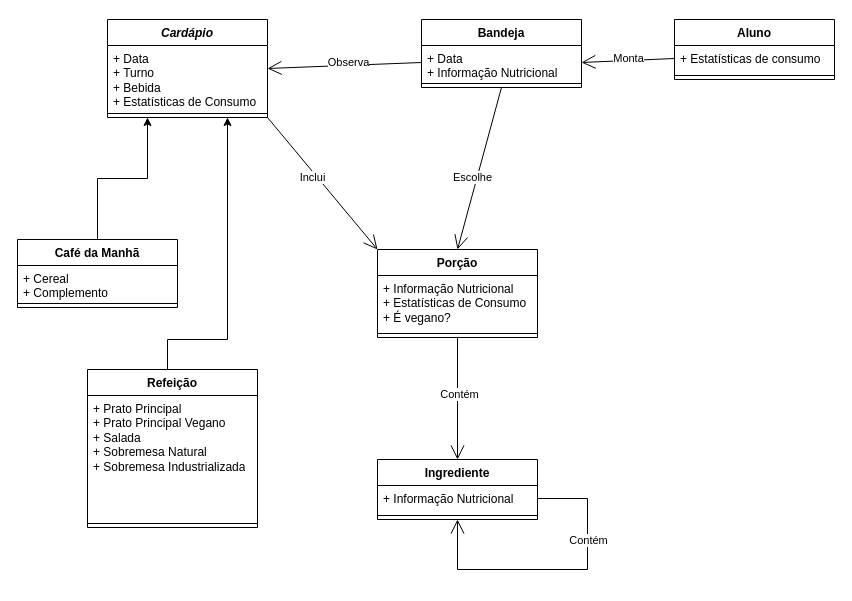
Before: lab02/extra/lab02_UML.drawio in uniaovasko/vasco, a draw.io diagram. Source tidied: cells renumbered, new cells numbered last; positions are measured from the earlier drawing's top-left corner, leaving out a move shared by most shapes. Both pictures are drawn from the tidied source at 100%, with x=0, y=0 at pixel (17, 19).
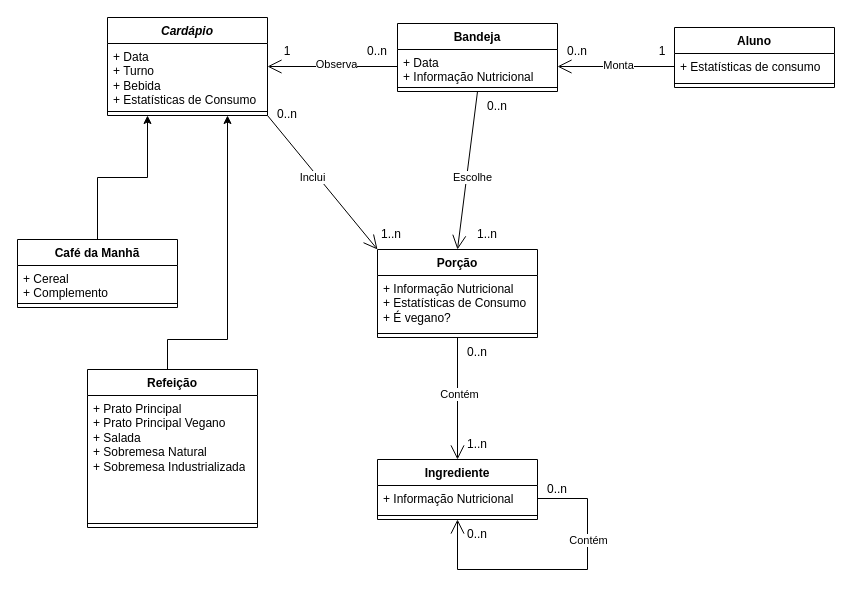
The same page after the edit.

Commit message (it also covers changes not shown here):
uml pronto

The edit, as a diff of the source:
```diff
@@
     <mxCell id="18" value="Bandeja" style="swimlane;fontStyle=1;align=center;verticalAlign=top;horizontal=1;startSize=26;whiteSpace=wrap;html=1;" parent="1" vertex="1">
-      <mxGeometry x="404" width="160" height="68" as="geometry" />
+      <mxGeometry x="380" y="4" width="160" height="68" as="geometry" />
     </mxCell>
@@
     <mxCell id="21" value="Aluno" style="swimlane;fontStyle=1;align=center;verticalAlign=top;horizontal=1;startSize=26;whiteSpace=wrap;html=1;" parent="1" vertex="1">
-      <mxGeometry x="657" width="160" height="60" as="geometry" />
+      <mxGeometry x="657" y="8" width="160" height="60" as="geometry" />
     </mxCell>
@@
     <mxCell id="24" value="&lt;i&gt;Cardápio&lt;/i&gt;" style="swimlane;fontStyle=1;align=center;verticalAlign=top;horizontal=1;startSize=26;whiteSpace=wrap;html=1;" parent="1" vertex="1">
-      <mxGeometry x="90" width="160" height="98" as="geometry" />
+      <mxGeometry x="90" y="-2" width="160" height="98" as="geometry" />
     </mxCell>
@@
+    <mxCell id="37" value="1" style="text;html=1;strokeColor=none;fillColor=none;align=center;verticalAlign=middle;whiteSpace=wrap;rounded=0;" parent="1" vertex="1">
+      <mxGeometry x="615" y="17" width="60" height="30" as="geometry" />
+    </mxCell>
+    <mxCell id="38" value="0..n" style="text;html=1;strokeColor=none;fillColor=none;align=center;verticalAlign=middle;whiteSpace=wrap;rounded=0;" parent="1" vertex="1">
+      <mxGeometry x="530" y="17" width="60" height="30" as="geometry" />
+    </mxCell>
+    <mxCell id="39" value="0..n" style="text;html=1;strokeColor=none;fillColor=none;align=center;verticalAlign=middle;whiteSpace=wrap;rounded=0;" parent="1" vertex="1">
+      <mxGeometry x="330" y="17" width="60" height="30" as="geometry" />
+    </mxCell>
+    <mxCell id="40" value="1" style="text;html=1;strokeColor=none;fillColor=none;align=center;verticalAlign=middle;whiteSpace=wrap;rounded=0;" parent="1" vertex="1">
+      <mxGeometry x="240" y="17" width="60" height="30" as="geometry" />
+    </mxCell>
+    <mxCell id="41" value="0..n" style="text;html=1;strokeColor=none;fillColor=none;align=center;verticalAlign=middle;whiteSpace=wrap;rounded=0;" parent="1" vertex="1">
+      <mxGeometry x="450" y="72" width="60" height="30" as="geometry" />
+    </mxCell>
+    <mxCell id="42" value="1..n" style="text;html=1;strokeColor=none;fillColor=none;align=center;verticalAlign=middle;whiteSpace=wrap;rounded=0;" parent="1" vertex="1">
+      <mxGeometry x="440" y="200" width="60" height="30" as="geometry" />
+    </mxCell>
+    <mxCell id="43" value="1..n" style="text;html=1;strokeColor=none;fillColor=none;align=center;verticalAlign=middle;whiteSpace=wrap;rounded=0;" parent="1" vertex="1">
+      <mxGeometry x="344" y="200" width="60" height="30" as="geometry" />
+    </mxCell>
+    <mxCell id="44" value="0..n" style="text;html=1;strokeColor=none;fillColor=none;align=center;verticalAlign=middle;whiteSpace=wrap;rounded=0;" parent="1" vertex="1">
+      <mxGeometry x="240" y="80" width="60" height="30" as="geometry" />
+    </mxCell>
+    <mxCell id="45" value="0..n" style="text;html=1;strokeColor=none;fillColor=none;align=center;verticalAlign=middle;whiteSpace=wrap;rounded=0;" parent="1" vertex="1">
+      <mxGeometry x="430" y="318" width="60" height="30" as="geometry" />
+    </mxCell>
+    <mxCell id="46" value="1..n" style="text;html=1;strokeColor=none;fillColor=none;align=center;verticalAlign=middle;whiteSpace=wrap;rounded=0;" parent="1" vertex="1">
+      <mxGeometry x="430" y="410" width="60" height="30" as="geometry" />
+    </mxCell>
+    <mxCell id="47" value="0..n" style="text;html=1;strokeColor=none;fillColor=none;align=center;verticalAlign=middle;whiteSpace=wrap;rounded=0;" parent="1" vertex="1">
+      <mxGeometry x="510" y="455" width="60" height="30" as="geometry" />
+    </mxCell>
+    <mxCell id="48" value="0..n" style="text;html=1;strokeColor=none;fillColor=none;align=center;verticalAlign=middle;whiteSpace=wrap;rounded=0;" parent="1" vertex="1">
+      <mxGeometry x="430" y="500" width="60" height="30" as="geometry" />
+    </mxCell>
```
